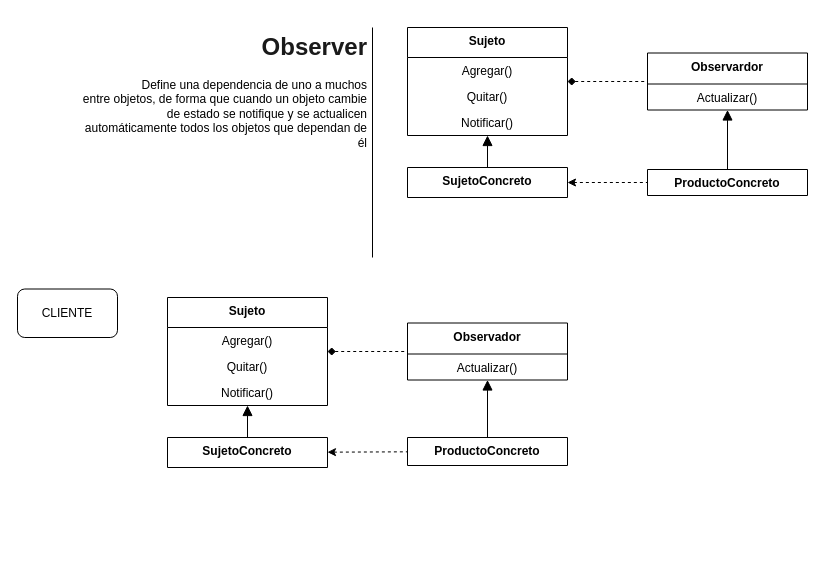
The draw.io diagram page "3 Observer" (2 of 2) of Clase3.drawio in veroyols/I3007_patrones_de_disenio, before the edit. Source tidied: cells renumbered, new cells numbered last; positions are measured from the earlier drawing's top-left corner, leaving out a move shared by most shapes. Both pictures are drawn from the tidied source at 100%, with x=0, y=0 at pixel (17, 27).
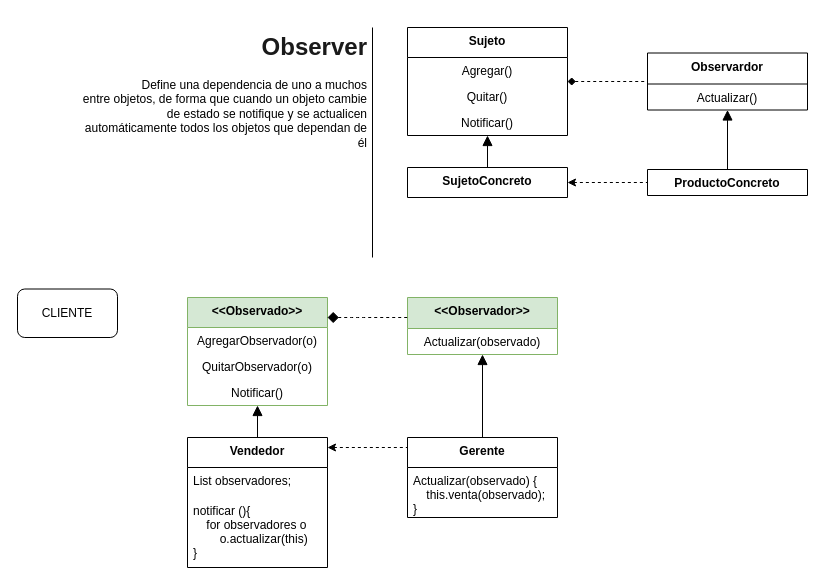
The same page after the edit.

Diff of the diagram source:
```diff
@@
-    <mxCell id="17" value="Sujeto" style="swimlane;fontStyle=1;align=center;verticalAlign=top;horizontal=1;startSize=30;" parent="1" vertex="1">
-      <mxGeometry x="150" y="270" width="160" height="108" as="geometry" />
+    <mxCell id="17" value="&lt;&lt;Observado&gt;&gt;" style="swimlane;fontStyle=1;align=center;verticalAlign=top;horizontal=1;startSize=30;fillColor=#d5e8d4;strokeColor=#82b366;" parent="1" vertex="1">
+      <mxGeometry x="170" y="270" width="140" height="108" as="geometry" />
     </mxCell>
-    <mxCell id="18" value="Agregar()" style="text;strokeColor=none;fillColor=none;align=center;verticalAlign=top;spacingLeft=4;spacingRight=4;overflow=hidden;" parent="17" vertex="1">
-      <mxGeometry y="30" width="160" height="26" as="geometry" />
+    <mxCell id="18" value="AgregarObservador(o)" style="text;strokeColor=none;fillColor=none;align=center;verticalAlign=top;spacingLeft=4;spacingRight=4;overflow=hidden;" parent="17" vertex="1">
+      <mxGeometry y="30" width="140" height="26" as="geometry" />
     </mxCell>
-    <mxCell id="19" value="Quitar()" style="text;strokeColor=none;fillColor=none;align=center;verticalAlign=top;spacingLeft=4;spacingRight=4;overflow=hidden;" parent="17" vertex="1">
-      <mxGeometry y="56" width="160" height="26" as="geometry" />
+    <mxCell id="19" value="QuitarObservador(o)" style="text;strokeColor=none;fillColor=none;align=center;verticalAlign=top;spacingLeft=4;spacingRight=4;overflow=hidden;" parent="17" vertex="1">
+      <mxGeometry y="56" width="140" height="26" as="geometry" />
     </mxCell>
     <mxCell id="20" value="Notificar()" style="text;strokeColor=none;fillColor=none;align=center;verticalAlign=top;spacingLeft=4;spacingRight=4;overflow=hidden;" parent="17" vertex="1">
-      <mxGeometry y="82" width="160" height="26" as="geometry" />
+      <mxGeometry y="82" width="140" height="26" as="geometry" />
     </mxCell>
-    <mxCell id="21" value="ProductoConcreto" style="swimlane;fontStyle=1;align=center;verticalAlign=top;horizontal=1;startSize=46;" parent="1" vertex="1">
-      <mxGeometry x="390" y="410" width="160" height="28" as="geometry" />
+    <mxCell id="21" value="Gerente" style="swimlane;fontStyle=1;align=center;verticalAlign=top;horizontal=1;startSize=30;" parent="1" vertex="1">
+      <mxGeometry x="390" y="410" width="150" height="80" as="geometry" />
     </mxCell>
+    <mxCell id="29" value="Actualizar(observado) {&#10;    this.venta(observado);&#10;}" style="text;strokeColor=none;fillColor=none;align=left;verticalAlign=top;spacingLeft=4;spacingRight=4;overflow=hidden;" parent="21" vertex="1">
+      <mxGeometry y="30" width="150" height="50" as="geometry" />
+    </mxCell>
-    <mxCell id="22" value="SujetoConcreto" style="swimlane;fontStyle=1;align=center;verticalAlign=top;horizontal=1;startSize=56;" parent="1" vertex="1">
-      <mxGeometry x="150" y="410" width="160" height="30" as="geometry" />
+    <mxCell id="22" value="Vendedor" style="swimlane;fontStyle=1;align=center;verticalAlign=top;horizontal=1;startSize=30;" parent="1" vertex="1">
+      <mxGeometry x="170" y="410" width="140" height="130" as="geometry" />
     </mxCell>
+    <mxCell id="30" value="List observadores;" style="text;strokeColor=none;fillColor=none;align=left;verticalAlign=top;spacingLeft=4;spacingRight=4;overflow=hidden;" parent="22" vertex="1">
+      <mxGeometry y="30" width="140" height="30" as="geometry" />
+    </mxCell>
+    <mxCell id="31" value="notificar (){&#10;    for observadores o&#10;        o.actualizar(this)&#10;}" style="text;strokeColor=none;fillColor=none;align=left;verticalAlign=top;spacingLeft=4;spacingRight=4;overflow=hidden;" parent="22" vertex="1">
+      <mxGeometry y="60" width="140" height="70" as="geometry" />
+    </mxCell>
@@
-    <mxCell id="24" style="endArrow=none;html=1;dashed=1;startArrow=classic;startFill=1;endFill=0;" parent="1" edge="1" source="22" target="21">
-      <mxGeometry relative="1" as="geometry" />
+    <mxCell id="24" style="endArrow=none;html=1;dashed=1;startArrow=classic;startFill=1;endFill=0;edgeStyle=orthogonalEdgeStyle;rounded=0;" parent="1" edge="1" source="22" target="21">
+      <mxGeometry relative="1" as="geometry">
+        <Array as="points">
+          <mxPoint x="370" y="420" />
+          <mxPoint x="370" y="420" />
+        </Array>
+      </mxGeometry>
     </mxCell>
-    <mxCell id="25" value="Observador" style="swimlane;fontStyle=1;align=center;verticalAlign=top;horizontal=1;startSize=31;" parent="1" vertex="1">
-      <mxGeometry x="390" y="295.5" width="160" height="57" as="geometry" />
+    <mxCell id="25" value="&lt;&lt;Observador&gt;&gt;" style="swimlane;fontStyle=1;align=center;verticalAlign=top;horizontal=1;startSize=31;fillColor=#d5e8d4;strokeColor=#82b366;" parent="1" vertex="1">
+      <mxGeometry x="390" y="270" width="150" height="57" as="geometry" />
     </mxCell>
-    <mxCell id="26" value="Actualizar()" style="text;strokeColor=none;fillColor=none;align=center;verticalAlign=top;spacingLeft=4;spacingRight=4;overflow=hidden;" parent="25" vertex="1">
-      <mxGeometry y="31" width="160" height="26" as="geometry" />
+    <mxCell id="26" value="Actualizar(observado)" style="text;strokeColor=none;fillColor=none;align=center;verticalAlign=top;spacingLeft=4;spacingRight=4;overflow=hidden;" parent="25" vertex="1">
+      <mxGeometry y="31" width="150" height="26" as="geometry" />
     </mxCell>
@@
-    <mxCell id="28" style="endArrow=none;html=1;dashed=1;startArrow=diamond;startFill=1;endFill=0;" parent="1" edge="1" source="17" target="25">
-      <mxGeometry relative="1" as="geometry" />
+    <mxCell id="28" style="endArrow=none;html=1;dashed=1;startArrow=diamond;startFill=1;endFill=0;edgeStyle=orthogonalEdgeStyle;startSize=9;" parent="1" edge="1" source="17" target="25">
+      <mxGeometry relative="1" as="geometry">
+        <Array as="points">
+          <mxPoint x="340" y="290" />
+          <mxPoint x="340" y="290" />
+        </Array>
+      </mxGeometry>
     </mxCell>
```
